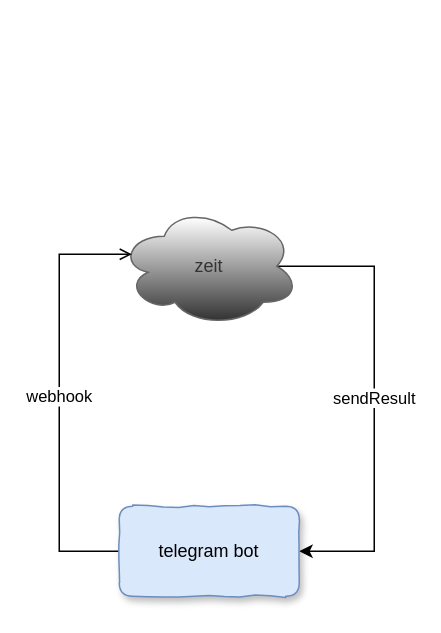
This is Serverlessbot.drawio from abserari/draw.io, a draw.io file, before an edit. Source tidied: cells renumbered, new cells numbered last; positions are measured from the earlier drawing's top-left corner, leaving out a move shared by most shapes. Both pictures are drawn from the tidied source at 150%, with x=0, y=0 at pixel (58, 206).
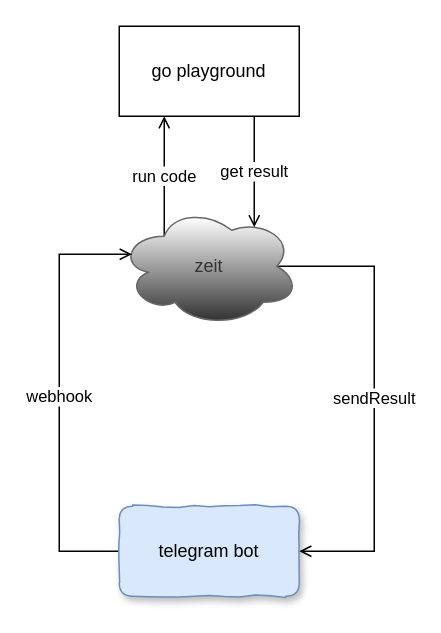
Above is the later version.

Diff of the diagram source:
```diff
@@
 <mxGraphModel>
   <root>
     <mxCell id="0" />
     <mxCell id="1" parent="0" />
-    <mxCell id="2" value="sendResult" style="edgeStyle=orthogonalEdgeStyle;rounded=0;jettySize=auto;html=1;exitX=0.875;exitY=0.5;exitDx=0;exitDy=0;exitPerimeter=0;entryX=1;entryY=0.5;entryDx=0;entryDy=0;" parent="1" edge="1" source="3" target="5">
+    <mxCell id="2" value="sendResult" style="edgeStyle=orthogonalEdgeStyle;rounded=0;jettySize=auto;html=1;exitX=0.875;exitY=0.5;exitDx=0;exitDy=0;exitPerimeter=0;entryX=1;entryY=0.5;entryDx=0;entryDy=0;endFill=0;endArrow=open;" parent="1" edge="1" source="3" target="5">
       <mxGeometry relative="1" as="geometry">
         <Array as="points">
           <mxPoint x="210" y="40" />
           <mxPoint x="210" y="230" />
         </Array>
       </mxGeometry>
     </mxCell>
+    <mxCell id="6" value="run code" style="edgeStyle=orthogonalEdgeStyle;rounded=0;jettySize=auto;html=1;exitX=0.25;exitY=0.25;exitDx=0;exitDy=0;exitPerimeter=0;endArrow=open;endFill=0;entryX=0.25;entryY=1;entryDx=0;entryDy=0;" parent="1" edge="1" source="3" target="8">
+      <mxGeometry relative="1" as="geometry" />
+    </mxCell>
     <mxCell id="3" value="zeit" style="ellipse;shape=cloud;whiteSpace=wrap;html=1;fillColor=#333333;strokeColor=#666666;fontColor=#333333;gradientColor=#ffffff;gradientDirection=north;" parent="1" vertex="1">
       <mxGeometry x="40" width="120" height="80" as="geometry" />
     </mxCell>
     <mxCell id="4" value="webhook" style="edgeStyle=orthogonalEdgeStyle;rounded=0;jettySize=auto;html=1;exitX=0;exitY=0.5;exitDx=0;exitDy=0;entryX=0.07;entryY=0.4;entryDx=0;entryDy=0;entryPerimeter=0;endArrow=open;endFill=0;" parent="1" edge="1" source="5" target="3">
       <mxGeometry relative="1" as="geometry">
         <Array as="points">
           <mxPoint y="230" />
           <mxPoint y="32" />
         </Array>
       </mxGeometry>
     </mxCell>
     <mxCell id="5" value="telegram bot" style="rounded=1;whiteSpace=wrap;html=1;fillColor=#dae8fc;strokeColor=#6c8ebf;comic=1;shadow=1;" parent="1" vertex="1">
       <mxGeometry x="40" y="200" width="120" height="60" as="geometry" />
     </mxCell>
+    <mxCell id="7" value="get result" style="edgeStyle=orthogonalEdgeStyle;rounded=0;jettySize=auto;html=1;exitX=0.75;exitY=1;exitDx=0;exitDy=0;endArrow=open;endFill=0;entryX=0.75;entryY=0.175;entryDx=0;entryDy=0;entryPerimeter=0;" parent="1" edge="1" source="8" target="3">
+      <mxGeometry relative="1" as="geometry" />
+    </mxCell>
+    <mxCell id="8" value="go playground" style="rounded=0;whiteSpace=wrap;html=1;" parent="1" vertex="1">
+      <mxGeometry x="40" y="-120" width="120" height="60" as="geometry" />
+    </mxCell>
   </root>
 </mxGraphModel>
```
